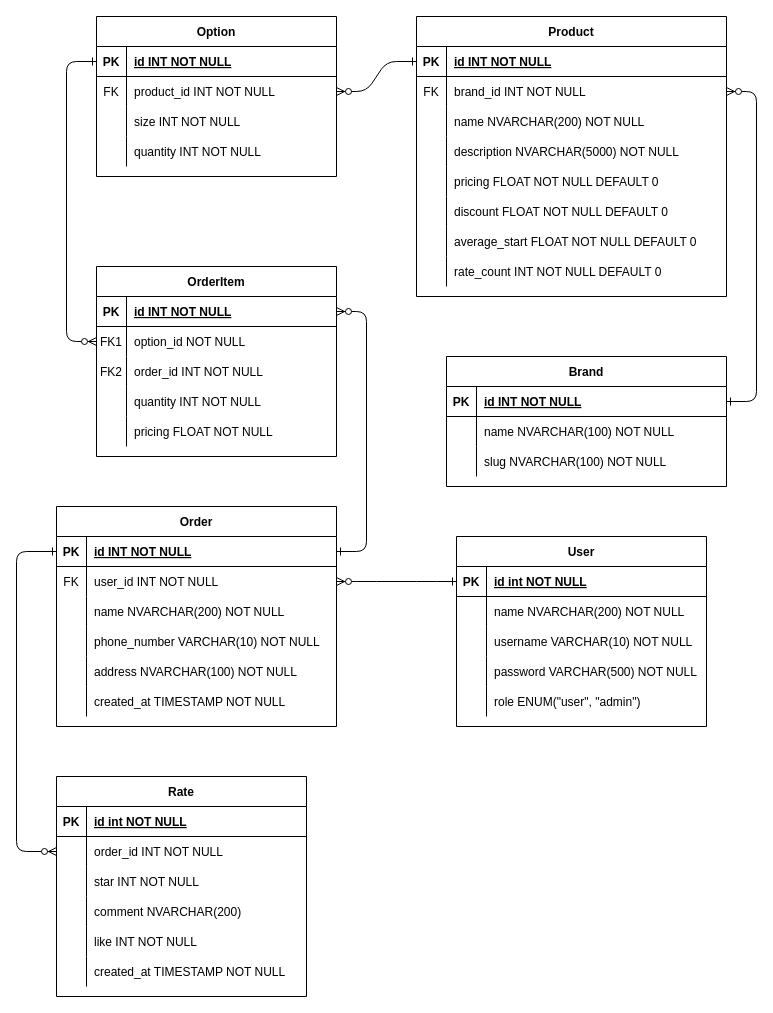
Earlier version of the draw.io diagram db.drawio (quynm-dev/project-web). Source tidied: cells renumbered, new cells numbered last; positions are measured from the earlier drawing's top-left corner, leaving out a move shared by most shapes. Both pictures are drawn from the tidied source at 100%, with x=0, y=0 at pixel (16, 16).
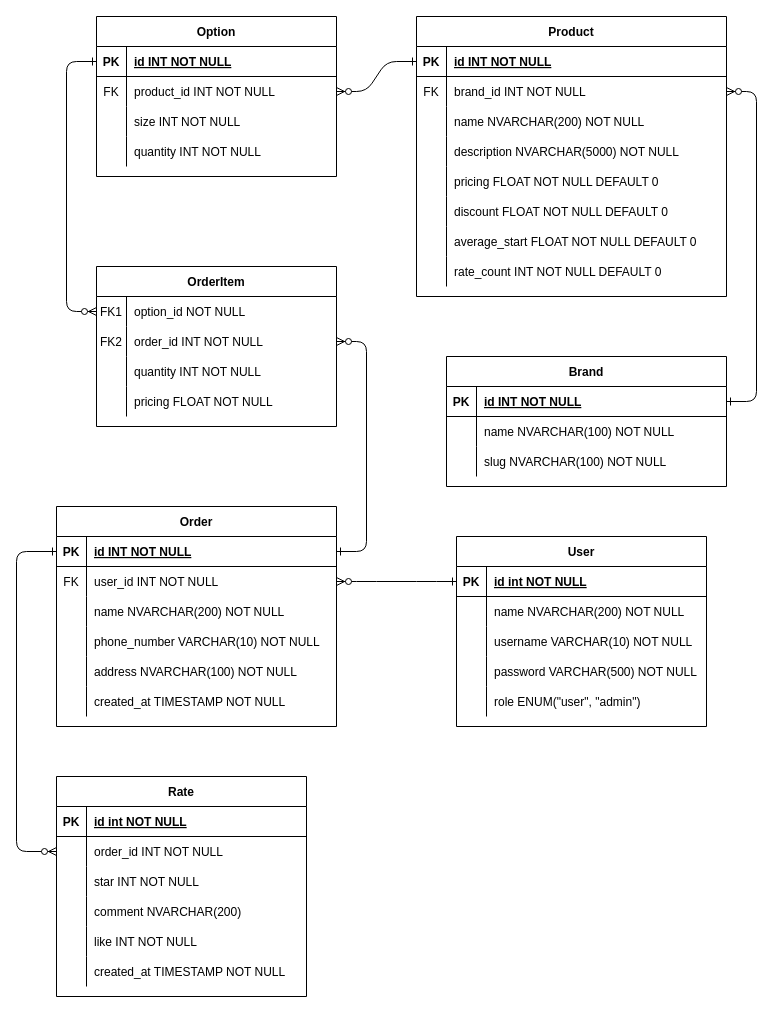
The same diagram, later.

Unchanged cells that the change refers to:
```xml
<mxCell id="86" style="shape=partialRectangle;fillColor=none;points=[[0,0.5],[1,0.5]];portConstraint=eastwest;top=0;left=0;right=0;bottom=1;" parent="85" vertex="1">
  <mxGeometry y="30" width="280" height="30" as="geometry" />
</mxCell>
```

The edit, as a diff of the source:
```diff
@@
     <mxCell id="68" value="OrderItem" style="shape=table;startSize=30;childLayout=tableLayout;rowLines=0;fontStyle=1;align=center;" parent="1" vertex="1">
-      <mxGeometry x="80" y="250" width="240" height="190" as="geometry" />
+      <mxGeometry x="80" y="250" width="240" height="160" as="geometry" />
     </mxCell>
-    <mxCell id="69" style="shape=partialRectangle;fillColor=none;points=[[0,0.5],[1,0.5]];portConstraint=eastwest;top=0;left=0;right=0;bottom=1;" parent="68" vertex="1">
-      <mxGeometry y="30" width="240" height="30" as="geometry" />
-    </mxCell>
-    <mxCell id="70" value="PK" style="shape=partialRectangle;overflow=hidden;fillColor=none;top=0;left=0;bottom=0;right=0;fontStyle=1;" parent="69" vertex="1">
-      <mxGeometry width="30" height="30" as="geometry" />
-    </mxCell>
-    <mxCell id="71" value="id INT NOT NULL" style="shape=partialRectangle;overflow=hidden;fillColor=none;top=0;left=0;bottom=0;right=0;align=left;spacingLeft=6;fontStyle=5;" parent="69" vertex="1">
-      <mxGeometry x="30" width="210" height="30" as="geometry" />
-    </mxCell>
     <mxCell id="72" style="shape=partialRectangle;fillColor=none;points=[[0,0.5],[1,0.5]];portConstraint=eastwest;top=0;left=0;right=0;bottom=0;" parent="68" vertex="1">
-      <mxGeometry y="60" width="240" height="30" as="geometry" />
+      <mxGeometry y="30" width="240" height="30" as="geometry" />
     </mxCell>
@@
     <mxCell id="75" style="shape=partialRectangle;fillColor=none;points=[[0,0.5],[1,0.5]];portConstraint=eastwest;top=0;left=0;right=0;bottom=0;" parent="68" vertex="1">
-      <mxGeometry y="90" width="240" height="30" as="geometry" />
+      <mxGeometry y="60" width="240" height="30" as="geometry" />
     </mxCell>
@@
     <mxCell id="78" style="shape=partialRectangle;fillColor=none;top=0;left=0;right=0;bottom=0;" parent="68" vertex="1">
-      <mxGeometry y="120" width="240" height="30" as="geometry" />
+      <mxGeometry y="90" width="240" height="30" as="geometry" />
     </mxCell>
@@
     <mxCell id="81" style="shape=partialRectangle;fillColor=none;top=0;left=0;right=0;bottom=0;" parent="68" vertex="1">
-      <mxGeometry y="150" width="240" height="30" as="geometry" />
+      <mxGeometry y="120" width="240" height="30" as="geometry" />
     </mxCell>
@@
-    <mxCell id="104" style="edgeStyle=entityRelationEdgeStyle;endArrow=ERzeroToMany;startArrow=ERone;endFill=1;startFill=0;exitX=1;exitY=0.5;exitDx=0;exitDy=0;entryX=1;entryY=0.5;entryDx=0;entryDy=0;" parent="1" edge="1" source="86" target="69">
+    <mxCell id="104" style="edgeStyle=entityRelationEdgeStyle;endArrow=ERzeroToMany;startArrow=ERone;endFill=1;startFill=0;exitX=1;exitY=0.5;exitDx=0;exitDy=0;entryX=1;entryY=0.5;entryDx=0;entryDy=0;" parent="1" edge="1" source="86" target="75">
       <mxGeometry relative="1" as="geometry" />
     </mxCell>
```
